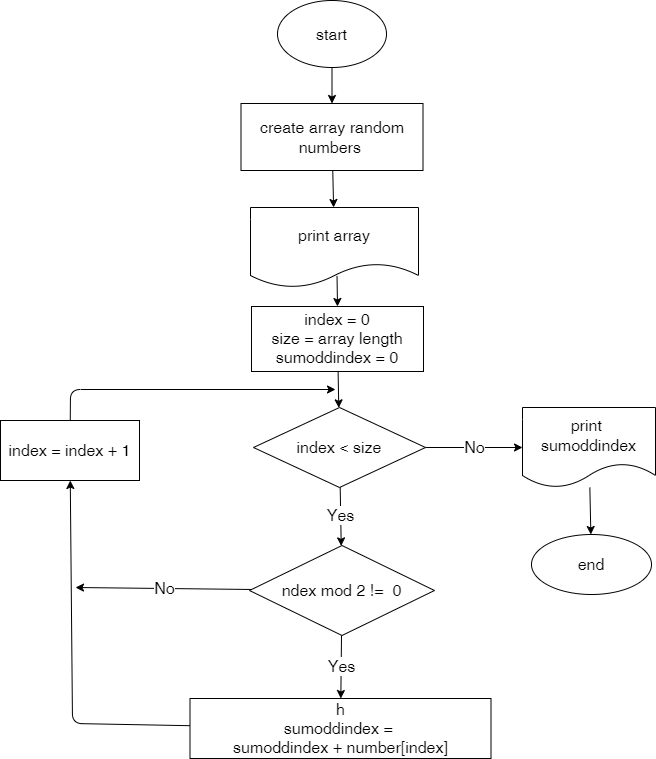
This is Homework/Lesson05/task36/alg.drawio.png from sergdmi/3-Code, a draw.io export, as it was before one commit. Source tidied: cells renumbered, new cells last; positions are measured from the earlier drawing's top-left corner, leaving out a move shared by most shapes. The source it was exported from:
```xml
<mxGraphModel>
  <root>
    <mxCell id="0" />
    <mxCell id="1" parent="0" />
    <mxCell id="2" style="edgeStyle=none;html=1;fontSize=16;" parent="1" edge="1" source="3" target="5">
      <mxGeometry relative="1" as="geometry" />
    </mxCell>
    <mxCell id="3" value="start" style="ellipse;whiteSpace=wrap;html=1;fontSize=16;" parent="1" vertex="1">
      <mxGeometry x="277" width="109" height="67" as="geometry" />
    </mxCell>
    <mxCell id="4" style="edgeStyle=none;html=1;fontSize=16;" parent="1" edge="1" source="5" target="21">
      <mxGeometry relative="1" as="geometry" />
    </mxCell>
    <mxCell id="5" value="create array random numbers&amp;nbsp;" style="whiteSpace=wrap;html=1;fontSize=16;" parent="1" vertex="1">
      <mxGeometry x="240.5" y="103" width="182" height="67" as="geometry" />
    </mxCell>
    <mxCell id="6" style="edgeStyle=none;html=1;fontSize=16;" parent="1" edge="1" source="7" target="10">
      <mxGeometry relative="1" as="geometry" />
    </mxCell>
    <mxCell id="7" value="index = 0&lt;br&gt;size = array length&lt;br&gt;sumoddindex = 0" style="whiteSpace=wrap;html=1;fontSize=16;" parent="1" vertex="1">
      <mxGeometry x="251" y="306" width="172" height="65" as="geometry" />
    </mxCell>
    <mxCell id="8" value="Yes" style="edgeStyle=none;html=1;fontSize=16;" parent="1" edge="1" source="10" target="13">
      <mxGeometry relative="1" as="geometry" />
    </mxCell>
    <mxCell id="9" value="No" style="edgeStyle=none;html=1;fontSize=16;" parent="1" edge="1" source="10" target="19">
      <mxGeometry relative="1" as="geometry" />
    </mxCell>
    <mxCell id="10" value="index &amp;lt; size" style="rhombus;whiteSpace=wrap;html=1;fontSize=16;" parent="1" vertex="1">
      <mxGeometry x="253" y="407" width="172" height="80" as="geometry" />
    </mxCell>
    <mxCell id="11" value="Yes" style="edgeStyle=none;html=1;fontSize=16;" parent="1" edge="1" source="13" target="15">
      <mxGeometry relative="1" as="geometry" />
    </mxCell>
    <mxCell id="12" value="No" style="edgeStyle=none;html=1;fontSize=16;" parent="1" edge="1" source="13">
      <mxGeometry relative="1" as="geometry">
        <mxPoint x="75" y="587" as="targetPoint" />
      </mxGeometry>
    </mxCell>
    <mxCell id="13" value="ndex mod 2 !=&amp;nbsp; 0" style="rhombus;whiteSpace=wrap;html=1;fontSize=16;" parent="1" vertex="1">
      <mxGeometry x="249" y="545" width="185" height="90" as="geometry" />
    </mxCell>
    <mxCell id="14" style="edgeStyle=none;html=1;fontSize=16;" parent="1" edge="1" source="15" target="17">
      <mxGeometry relative="1" as="geometry">
        <Array as="points">
          <mxPoint x="72" y="723" />
        </Array>
      </mxGeometry>
    </mxCell>
    <mxCell id="15" value="h&lt;br&gt;sumoddindex&amp;nbsp;=&amp;nbsp;&lt;br&gt;sumoddindex + number[index]" style="whiteSpace=wrap;html=1;fontSize=16;" parent="1" vertex="1">
      <mxGeometry x="189.5" y="698" width="301" height="60" as="geometry" />
    </mxCell>
    <mxCell id="16" style="edgeStyle=none;html=1;fontSize=16;" parent="1" edge="1" source="17">
      <mxGeometry relative="1" as="geometry">
        <mxPoint x="335" y="389" as="targetPoint" />
        <Array as="points">
          <mxPoint x="70" y="389" />
        </Array>
      </mxGeometry>
    </mxCell>
    <mxCell id="17" value="index = index + 1" style="whiteSpace=wrap;html=1;fontSize=16;" parent="1" vertex="1">
      <mxGeometry y="420" width="139" height="60" as="geometry" />
    </mxCell>
    <mxCell id="18" style="edgeStyle=none;html=1;fontSize=16;" parent="1" edge="1" source="19" target="22">
      <mxGeometry relative="1" as="geometry" />
    </mxCell>
    <mxCell id="19" value="print&amp;nbsp;&lt;br&gt;sumoddindex" style="shape=document;whiteSpace=wrap;html=1;boundedLbl=1;fontSize=16;" parent="1" vertex="1">
      <mxGeometry x="522" y="407" width="133" height="80" as="geometry" />
    </mxCell>
    <mxCell id="20" style="edgeStyle=none;html=1;fontSize=16;entryX=0.5;entryY=0;entryDx=0;entryDy=0;exitX=0.515;exitY=0.856;exitDx=0;exitDy=0;exitPerimeter=0;" parent="1" edge="1" source="21" target="7">
      <mxGeometry relative="1" as="geometry" />
    </mxCell>
    <mxCell id="21" value="print array" style="shape=document;whiteSpace=wrap;html=1;boundedLbl=1;fontSize=16;" parent="1" vertex="1">
      <mxGeometry x="250" y="207" width="168" height="80" as="geometry" />
    </mxCell>
    <mxCell id="22" value="end" style="ellipse;whiteSpace=wrap;html=1;fontSize=16;" parent="1" vertex="1">
      <mxGeometry x="531" y="534" width="120" height="60" as="geometry" />
    </mxCell>
  </root>
</mxGraphModel>
```
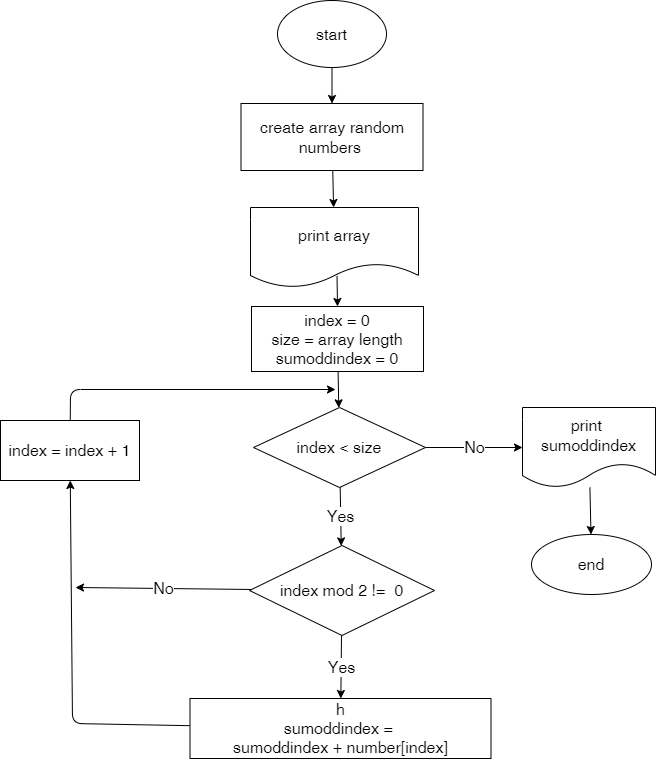
After the commit.

Commit message:
HW task36 Lesson05 drawing corrected

Diff of the diagram source:
```diff
@@ -37,7 +37,7 @@
         <mxPoint x="75" y="587" as="targetPoint" />
       </mxGeometry>
     </mxCell>
-    <mxCell id="13" value="ndex mod 2 !=&amp;nbsp; 0" style="rhombus;whiteSpace=wrap;html=1;fontSize=16;" parent="1" vertex="1">
+    <mxCell id="13" value="index mod 2 !=&amp;nbsp; 0" style="rhombus;whiteSpace=wrap;html=1;fontSize=16;" parent="1" vertex="1">
       <mxGeometry x="249" y="545" width="185" height="90" as="geometry" />
     </mxCell>
     <mxCell id="14" style="edgeStyle=none;html=1;fontSize=16;" parent="1" edge="1" source="15" target="17">
```
